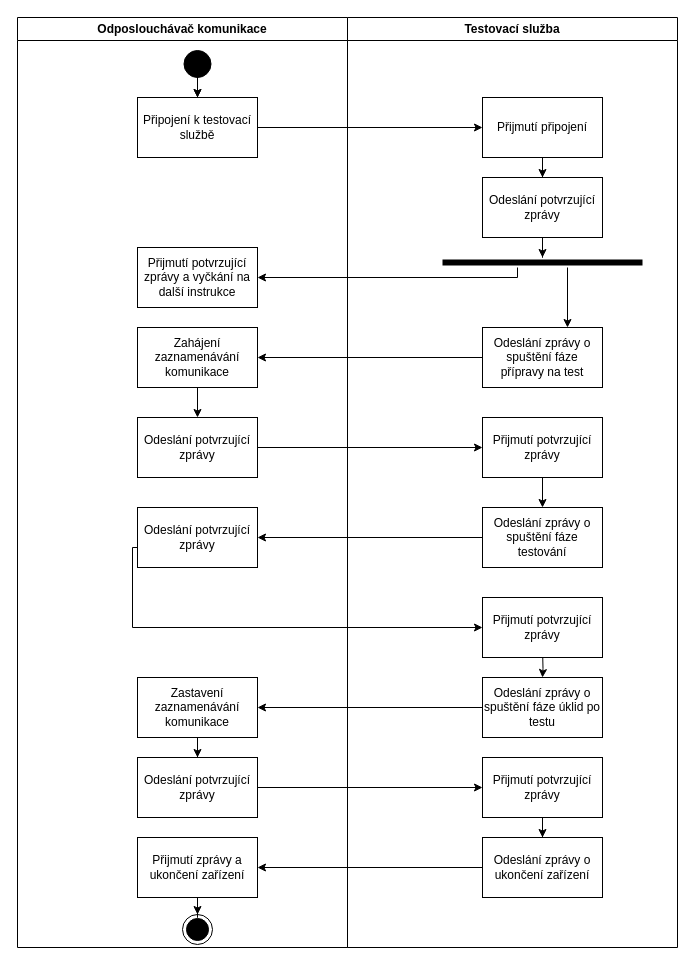
Earlier version of the draw.io diagram assets/img/src/activity_networklogger.drawio (wheeeper/master-thesis). Source tidied: cells renumbered, new cells numbered last; positions are measured from the earlier drawing's top-left corner, leaving out a move shared by most shapes. Both pictures are drawn from the tidied source at 100%, with x=0, y=0 at pixel (17, 17).
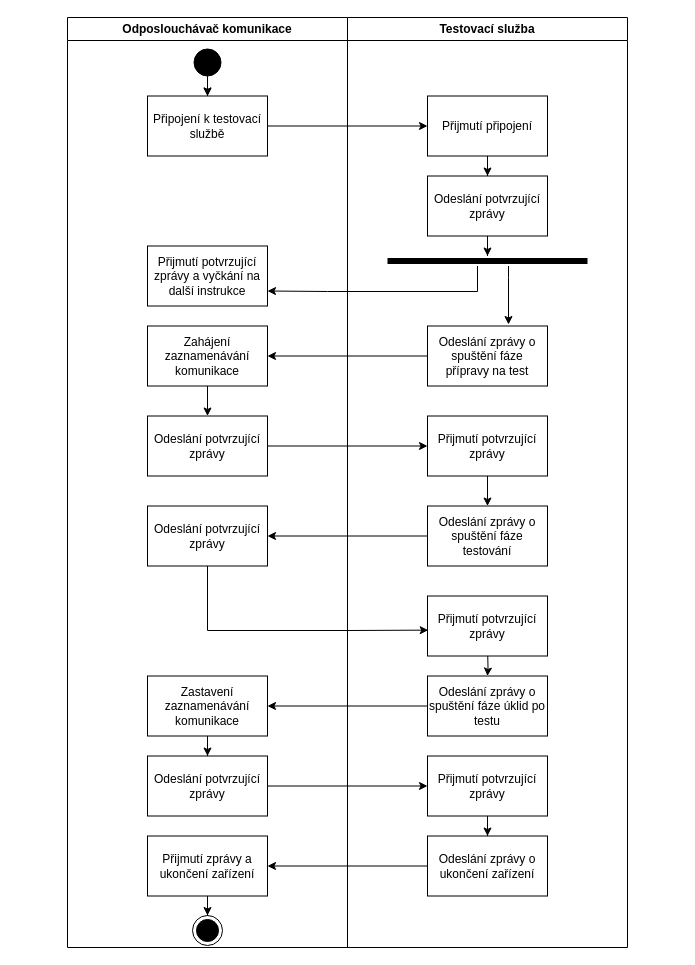
The same diagram, later.

Diff of the diagram source:
```diff
@@
     <mxCell id="2" value="Odposlouchávač komunikace" style="swimlane;whiteSpace=wrap;html=1;" parent="1" vertex="1">
-      <mxGeometry width="330" height="930" as="geometry" />
+      <mxGeometry x="50" width="280" height="930" as="geometry" />
     </mxCell>
     <mxCell id="3" value="Připojení k testovací službě" style="rounded=0;whiteSpace=wrap;html=1;" parent="2" vertex="1">
-      <mxGeometry x="120" y="80" width="120" height="60" as="geometry" />
+      <mxGeometry x="80" y="78.5" width="120" height="60" as="geometry" />
     </mxCell>
@@
     <mxCell id="6" style="ellipse;whiteSpace=wrap;html=1;fillColor=#000000;" parent="2" vertex="1">
-      <mxGeometry x="166.5" y="33" width="27" height="27" as="geometry" />
+      <mxGeometry x="126.5" y="31.5" width="27" height="27" as="geometry" />
     </mxCell>
@@
     <mxCell id="8" value="Zahájení zaznamenávání komunikace" style="rounded=0;whiteSpace=wrap;html=1;" parent="2" vertex="1">
-      <mxGeometry x="120" y="310" width="120" height="60" as="geometry" />
+      <mxGeometry x="80" y="308.5" width="120" height="60" as="geometry" />
     </mxCell>
     <mxCell id="9" value="Odeslání potvrzující zprávy" style="rounded=0;whiteSpace=wrap;html=1;" parent="2" vertex="1">
-      <mxGeometry x="120" y="400" width="120" height="60" as="geometry" />
+      <mxGeometry x="80" y="398.5" width="120" height="60" as="geometry" />
     </mxCell>
     <mxCell id="10" value="Odeslání potvrzující zprávy" style="rounded=0;whiteSpace=wrap;html=1;" parent="2" vertex="1">
-      <mxGeometry x="120" y="490" width="120" height="60" as="geometry" />
+      <mxGeometry x="80" y="488.5" width="120" height="60" as="geometry" />
     </mxCell>
@@
     <mxCell id="12" value="Zastavení zaznamenávání komunikace" style="rounded=0;whiteSpace=wrap;html=1;" parent="2" vertex="1">
-      <mxGeometry x="120" y="660" width="120" height="60" as="geometry" />
+      <mxGeometry x="80" y="658.5" width="120" height="60" as="geometry" />
     </mxCell>
     <mxCell id="13" value="Odeslání potvrzující zprávy" style="rounded=0;whiteSpace=wrap;html=1;" parent="2" vertex="1">
-      <mxGeometry x="120" y="740" width="120" height="60" as="geometry" />
+      <mxGeometry x="80" y="738.5" width="120" height="60" as="geometry" />
     </mxCell>
     <mxCell id="14" value="Přijmutí potvrzující zprávy a vyčkání na další instrukce" style="rounded=0;whiteSpace=wrap;html=1;" parent="2" vertex="1">
-      <mxGeometry x="120" y="230" width="120" height="60" as="geometry" />
+      <mxGeometry x="80" y="228.5" width="120" height="60" as="geometry" />
     </mxCell>
@@
     <mxCell id="16" value="Přijmutí zprávy a ukončení zařízení" style="rounded=0;whiteSpace=wrap;html=1;" parent="2" vertex="1">
-      <mxGeometry x="120" y="820" width="120" height="60" as="geometry" />
+      <mxGeometry x="80" y="818.5" width="120" height="60" as="geometry" />
     </mxCell>
     <mxCell id="17" style="ellipse;html=1;shape=endState;fillColor=#000000;strokeColor=#000000;" parent="2" vertex="1">
-      <mxGeometry x="165" y="897" width="30" height="30" as="geometry" />
+      <mxGeometry x="125" y="898" width="30" height="30" as="geometry" />
     </mxCell>
     <mxCell id="18" value="Testovací služba" style="swimlane;whiteSpace=wrap;html=1;" parent="1" vertex="1">
-      <mxGeometry x="330" width="330" height="930" as="geometry" />
+      <mxGeometry x="330" width="280" height="930" as="geometry" />
     </mxCell>
@@
     <mxCell id="20" value="Přijmutí připojení" style="rounded=0;whiteSpace=wrap;html=1;" parent="18" vertex="1">
-      <mxGeometry x="135" y="80" width="120" height="60" as="geometry" />
+      <mxGeometry x="80" y="78.5" width="120" height="60" as="geometry" />
     </mxCell>
@@
     <mxCell id="22" value="Odeslání potvrzující zprávy" style="rounded=0;whiteSpace=wrap;html=1;" parent="18" vertex="1">
-      <mxGeometry x="135" y="160" width="120" height="60" as="geometry" />
+      <mxGeometry x="80" y="158.5" width="120" height="60" as="geometry" />
     </mxCell>
     <mxCell id="23" value="Odeslání zprávy o spuštění fáze přípravy na test" style="rounded=0;whiteSpace=wrap;html=1;" parent="18" vertex="1">
-      <mxGeometry x="135" y="310" width="120" height="60" as="geometry" />
+      <mxGeometry x="80" y="308.5" width="120" height="60" as="geometry" />
     </mxCell>
@@
     <mxCell id="25" value="Přijmutí potvrzující zprávy" style="rounded=0;whiteSpace=wrap;html=1;" parent="18" vertex="1">
-      <mxGeometry x="135" y="400" width="120" height="60" as="geometry" />
+      <mxGeometry x="80" y="398.5" width="120" height="60" as="geometry" />
     </mxCell>
     <mxCell id="26" value="Odeslání zprávy o spuštění fáze testování" style="rounded=0;whiteSpace=wrap;html=1;" parent="18" vertex="1">
-      <mxGeometry x="135" y="490" width="120" height="60" as="geometry" />
+      <mxGeometry x="80" y="488.5" width="120" height="60" as="geometry" />
     </mxCell>
     <mxCell id="27" style="edgeStyle=orthogonalEdgeStyle;rounded=0;jettySize=auto;html=1;" parent="18" edge="1" target="29">
       <mxGeometry relative="1" as="geometry">
-        <mxPoint x="195" y="630" as="sourcePoint" />
+        <mxPoint x="140" y="628.5" as="sourcePoint" />
       </mxGeometry>
     </mxCell>
     <mxCell id="28" value="Přijmutí potvrzující zprávy" style="rounded=0;whiteSpace=wrap;html=1;" parent="18" vertex="1">
-      <mxGeometry x="135" y="580" width="120" height="60" as="geometry" />
+      <mxGeometry x="80" y="578.5" width="120" height="60" as="geometry" />
     </mxCell>
     <mxCell id="29" value="Odeslání zprávy o spuštění fáze úklid po testu" style="rounded=0;whiteSpace=wrap;html=1;" parent="18" vertex="1">
-      <mxGeometry x="135" y="660" width="120" height="60" as="geometry" />
+      <mxGeometry x="80" y="658.5" width="120" height="60" as="geometry" />
     </mxCell>
@@
     <mxCell id="31" value="Přijmutí potvrzující zprávy" style="rounded=0;whiteSpace=wrap;html=1;" parent="18" vertex="1">
-      <mxGeometry x="135" y="740" width="120" height="60" as="geometry" />
+      <mxGeometry x="80" y="738.5" width="120" height="60" as="geometry" />
     </mxCell>
-    <mxCell id="32" style="edgeStyle=orthogonalEdgeStyle;rounded=0;jettySize=auto;html=1;" parent="18" edge="1" source="33">
-      <mxGeometry relative="1" as="geometry">
-        <mxPoint x="220" y="310" as="targetPoint" />
-        <Array as="points">
-          <mxPoint x="220" y="310" />
-        </Array>
-      </mxGeometry>
-    </mxCell>
+    <mxCell id="44" style="edgeStyle=orthogonalEdgeStyle;rounded=0;jettySize=auto;html=1;entryX=0.675;entryY=-0.025;entryDx=0;entryDy=0;entryPerimeter=0;" parent="18" edge="1" source="33" target="23">
+      <mxGeometry relative="1" as="geometry">
+        <Array as="points">
+          <mxPoint x="161" y="260" />
+          <mxPoint x="161" y="260" />
+        </Array>
+      </mxGeometry>
+    </mxCell>
     <mxCell id="33" style="shape=line;html=1;strokeWidth=6;strokeColor=#000000;" parent="18" vertex="1">
-      <mxGeometry x="95" y="240" width="200" height="10" as="geometry" />
+      <mxGeometry x="40" y="238.5" width="200" height="10" as="geometry" />
     </mxCell>
     <mxCell id="34" value="Odeslání zprávy o ukončení zařízení" style="rounded=0;whiteSpace=wrap;html=1;" parent="18" vertex="1">
-      <mxGeometry x="135" y="820" width="120" height="60" as="geometry" />
+      <mxGeometry x="80" y="818.5" width="120" height="60" as="geometry" />
     </mxCell>
@@
-    <mxCell id="39" style="edgeStyle=orthogonalEdgeStyle;rounded=0;jettySize=auto;html=1;entryX=0;entryY=0.5;entryDx=0;entryDy=0;" parent="1" edge="1" source="10" target="28">
-      <mxGeometry relative="1" as="geometry">
-        <Array as="points">
-          <mxPoint x="115" y="530" />
-        </Array>
-      </mxGeometry>
-    </mxCell>
@@
+    <mxCell id="43" style="edgeStyle=orthogonalEdgeStyle;rounded=0;jettySize=auto;html=1;entryX=1;entryY=0.5;entryDx=0;entryDy=0;" parent="1" edge="1" source="34" target="16">
+      <mxGeometry relative="1" as="geometry" />
+    </mxCell>
+    <mxCell id="39" style="edgeStyle=orthogonalEdgeStyle;rounded=0;jettySize=auto;html=1;entryX=0.006;entryY=0.569;entryDx=0;entryDy=0;entryPerimeter=0;" parent="1" edge="1" source="10" target="28">
+      <mxGeometry relative="1" as="geometry">
+        <Array as="points">
+          <mxPoint x="190" y="613" />
+          <mxPoint x="330" y="613" />
+        </Array>
+      </mxGeometry>
+    </mxCell>
-    <mxCell id="42" style="edgeStyle=orthogonalEdgeStyle;rounded=0;jettySize=auto;html=1;entryX=1;entryY=0.5;entryDx=0;entryDy=0;" parent="1" edge="1" source="33" target="14">
+    <mxCell id="42" style="edgeStyle=orthogonalEdgeStyle;rounded=0;jettySize=auto;html=1;entryX=1;entryY=0.75;entryDx=0;entryDy=0;" parent="1" edge="1" source="33" target="14">
       <mxGeometry relative="1" as="geometry">
         <Array as="points">
-          <mxPoint x="500" y="260" />
+          <mxPoint x="460" y="274" />
+          <mxPoint x="310" y="274" />
         </Array>
       </mxGeometry>
     </mxCell>
-    <mxCell id="43" style="edgeStyle=orthogonalEdgeStyle;rounded=0;jettySize=auto;html=1;entryX=1;entryY=0.5;entryDx=0;entryDy=0;" parent="1" edge="1" source="34" target="16">
-      <mxGeometry relative="1" as="geometry" />
-    </mxCell>
```
